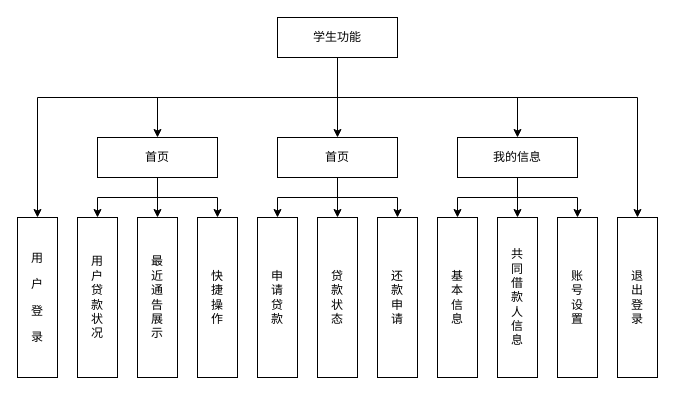
Earlier version of the draw.io diagram 未命名绘图.drawio (QingMengL1/LoanManagement--). Source tidied: cells renumbered, new cells numbered last; positions are measured from the earlier drawing's top-left corner, leaving out a move shared by most shapes. Both pictures are drawn from the tidied source at 100%, with x=0, y=0 at pixel (-23, 17).
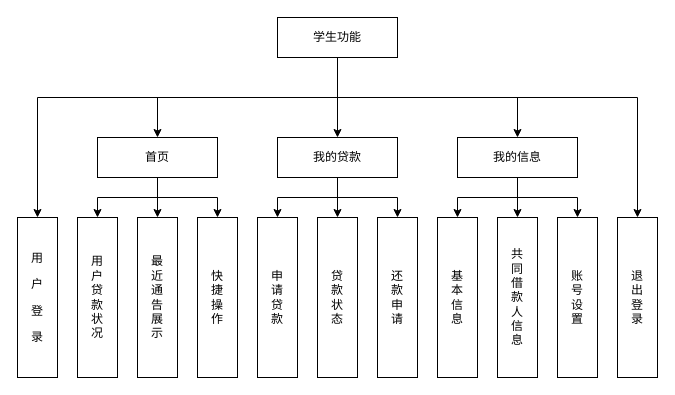
Above is the later version.

Commit message:
更新未命名绘图.drawio

Change to the diagram source:
```diff
@@
-    <mxCell id="19" value="首页" style="rounded=0;whiteSpace=wrap;html=1;" parent="1" vertex="1">
+    <mxCell id="19" value="我的贷款" style="rounded=0;whiteSpace=wrap;html=1;" parent="1" vertex="1">
       <mxGeometry x="300" y="120" width="120" height="40" as="geometry" />
     </mxCell>
```
